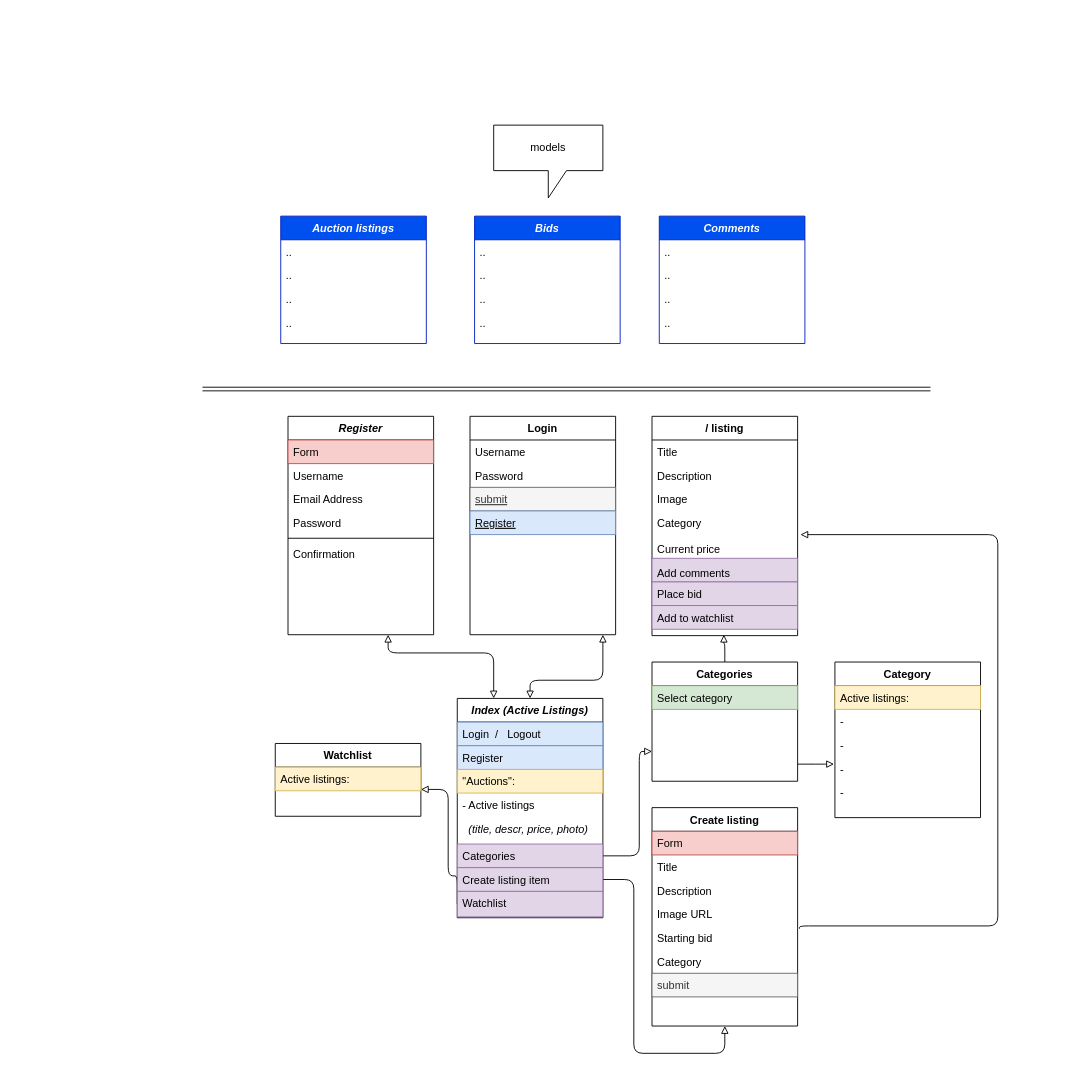
Lisannevdboomen/Commerce keeps this draw.io diagram as page "Views" (1 of 2) of Untitled Diagram.drawio. Above is the earlier version. Source tidied: cells renumbered, new cells numbered last; positions are measured from the earlier drawing's top-left corner, leaving out a move shared by most shapes. Both pictures are drawn from the tidied source at 91%, with x=0, y=0 at pixel (202, 125).
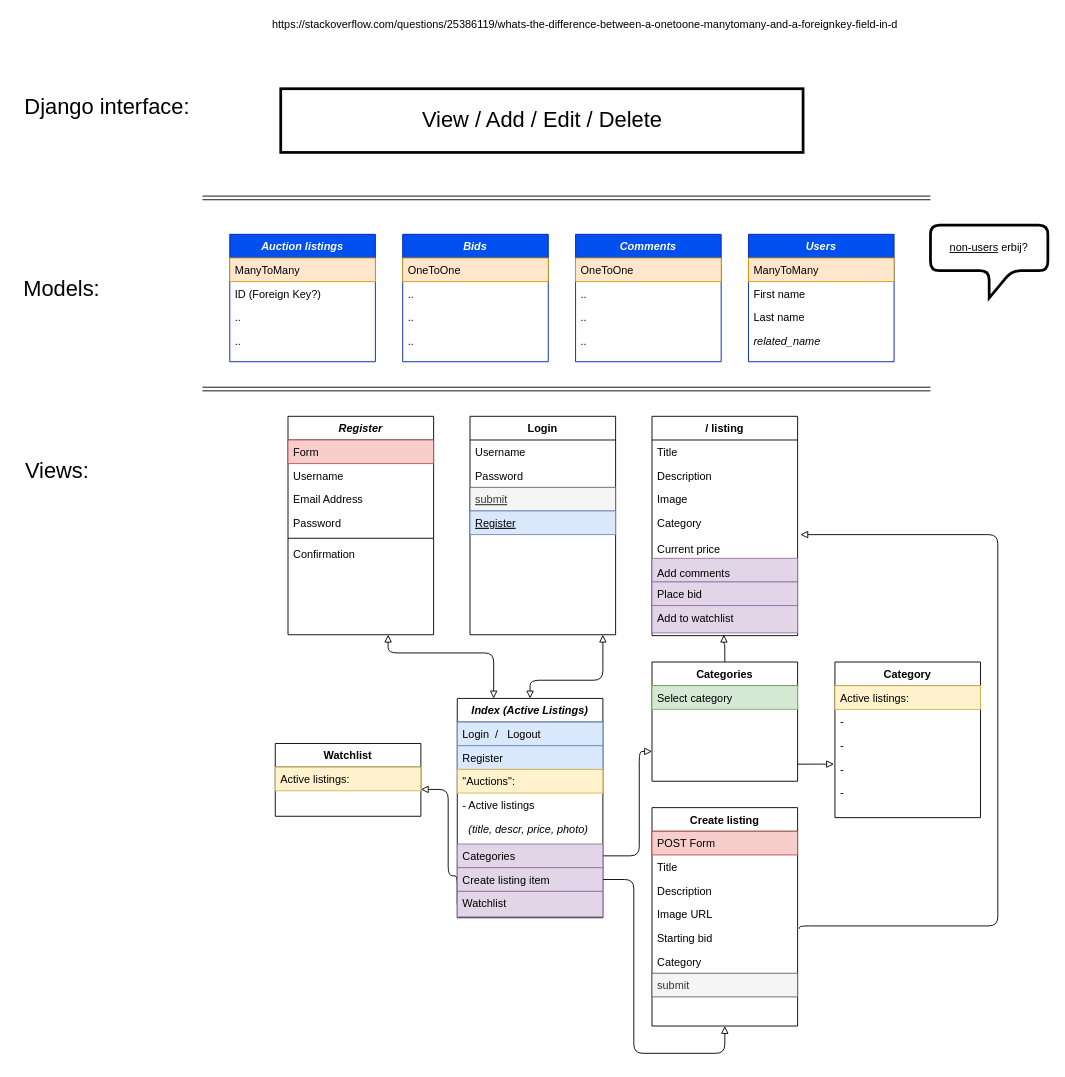
Above is the later version.

Unchanged cells that the change refers to:
```xml
<mxCell id="22" value="/ listing" style="swimlane;fontStyle=1;align=center;verticalAlign=top;horizontal=1;startSize=26;rounded=0;shadow=0;strokeWidth=1;" parent="1" vertex="1">
  <mxGeometry x="494" y="320" width="160" height="241" as="geometry" />
</mxCell>
<mxCell id="35" value="Create listing" style="swimlane;fontStyle=1;align=center;verticalAlign=top;horizontal=1;startSize=26;rounded=0;shadow=0;strokeWidth=1;" parent="1" vertex="1">
  <mxGeometry x="494" y="750" width="160" height="240" as="geometry" />
</mxCell>
```

What changed in the source:
```diff
@@
+    <mxCell id="74" style="shape=link;html=1;startArrow=none;startFill=0;endArrow=none;endFill=0;" parent="1" edge="1">
+      <mxGeometry relative="1" as="geometry">
+        <mxPoint y="290" as="sourcePoint" />
+        <mxPoint x="800" y="290" as="targetPoint" />
+      </mxGeometry>
+    </mxCell>
@@
     <mxCell id="30" value="Add to watchlist" style="text;align=left;verticalAlign=top;spacingLeft=4;spacingRight=4;overflow=hidden;fillColor=#e1d5e7;strokeColor=#9673a6;" parent="22" vertex="1">
-      <mxGeometry y="208" width="160" height="26" as="geometry" />
+      <mxGeometry y="208" width="160" height="30" as="geometry" />
     </mxCell>
@@
-    <mxCell id="36" value="Form" style="text;align=left;verticalAlign=top;spacingLeft=4;spacingRight=4;overflow=hidden;fillColor=#f8cecc;strokeColor=#b85450;" parent="35" vertex="1">
+    <mxCell id="36" value="POST Form" style="text;align=left;verticalAlign=top;spacingLeft=4;spacingRight=4;overflow=hidden;fillColor=#f8cecc;strokeColor=#b85450;" parent="35" vertex="1">
       <mxGeometry y="26" width="160" height="26" as="geometry" />
     </mxCell>
@@
+    <mxCell id="75" style="shape=link;html=1;startArrow=none;startFill=0;endArrow=none;endFill=0;" parent="1" edge="1">
+      <mxGeometry relative="1" as="geometry">
+        <mxPoint y="80" as="sourcePoint" />
+        <mxPoint x="800" y="80" as="targetPoint" />
+      </mxGeometry>
+    </mxCell>
+    <mxCell id="76" style="rounded=0;whiteSpace=wrap;html=1;shadow=0;sketch=0;strokeWidth=3;" parent="1" vertex="1">
+      <mxGeometry x="86" y="-40" width="574" height="70" as="geometry" />
+    </mxCell>
+    <mxCell id="77" value="&lt;font style=&quot;font-size: 24px&quot;&gt;Django interface:&lt;/font&gt;" style="text;html=1;align=center;verticalAlign=middle;fillColor=none;strokeColor=none;rounded=0;shadow=0;sketch=0;" parent="1" vertex="1">
+      <mxGeometry x="-205" y="-30" width="200" height="20" as="geometry" />
+    </mxCell>
+    <mxCell id="78" value="&lt;font style=&quot;font-size: 24px&quot;&gt;Models:&lt;/font&gt;" style="text;html=1;align=center;verticalAlign=middle;fillColor=none;strokeColor=none;rounded=0;shadow=0;sketch=0;" parent="1" vertex="1">
+      <mxGeometry x="-205" y="170" width="100" height="20" as="geometry" />
+    </mxCell>
+    <mxCell id="79" value="&lt;font style=&quot;font-size: 24px&quot;&gt;Views:&lt;/font&gt;" style="text;html=1;align=center;verticalAlign=middle;fillColor=none;strokeColor=none;rounded=0;shadow=0;sketch=0;" parent="1" vertex="1">
+      <mxGeometry x="-205" y="370" width="90" height="20" as="geometry" />
+    </mxCell>
+    <mxCell id="80" value="&lt;font style=&quot;font-size: 24px&quot;&gt;View / Add / Edit / Delete&lt;/font&gt;" style="text;html=1;align=center;verticalAlign=middle;fillColor=none;strokeColor=none;rounded=0;shadow=0;sketch=0;" parent="1" vertex="1">
+      <mxGeometry x="233" y="-15" width="280" height="20" as="geometry" />
+    </mxCell>
+    <mxCell id="81" value="&lt;u&gt;non-users&lt;/u&gt;&amp;nbsp;erbij?" style="shape=callout;whiteSpace=wrap;html=1;perimeter=calloutPerimeter;rounded=1;shadow=0;sketch=0;strokeWidth=3;base=25;" parent="1" vertex="1">
+      <mxGeometry x="800" y="110" width="129" height="80" as="geometry" />
+    </mxCell>
     <mxCell id="58" value="Auction listings" style="swimlane;fontStyle=3;align=center;verticalAlign=top;horizontal=1;startSize=26;rounded=0;shadow=0;strokeWidth=1;fillColor=#0050ef;strokeColor=#001DBC;fontColor=#ffffff;" parent="1" vertex="1">
-      <mxGeometry x="86" y="100" width="160" height="140" as="geometry" />
+      <mxGeometry x="30" y="120" width="160" height="140" as="geometry" />
     </mxCell>
+    <mxCell id="82" value="ManyToMany" style="text;align=left;verticalAlign=top;spacingLeft=4;spacingRight=4;overflow=hidden;fillColor=#ffe6cc;strokeColor=#d79b00;" parent="58" vertex="1">
+      <mxGeometry y="26" width="160" height="26" as="geometry" />
+    </mxCell>
-    <mxCell id="59" value=".." style="text;align=left;verticalAlign=top;spacingLeft=4;spacingRight=4;overflow=hidden;" parent="58" vertex="1">
-      <mxGeometry y="26" width="160" height="26" as="geometry" />
+    <mxCell id="59" value="ID (Foreign Key?)" style="text;align=left;verticalAlign=top;spacingLeft=4;spacingRight=4;overflow=hidden;" parent="58" vertex="1">
+      <mxGeometry y="52" width="160" height="26" as="geometry" />
     </mxCell>
     <mxCell id="60" value=".." style="text;align=left;verticalAlign=top;spacingLeft=4;spacingRight=4;overflow=hidden;rounded=0;shadow=0;html=0;" parent="58" vertex="1">
-      <mxGeometry y="52" width="160" height="26" as="geometry" />
+      <mxGeometry y="78" width="160" height="26" as="geometry" />
     </mxCell>
     <mxCell id="61" value=".." style="text;align=left;verticalAlign=top;spacingLeft=4;spacingRight=4;overflow=hidden;rounded=0;shadow=0;html=0;" parent="58" vertex="1">
-      <mxGeometry y="78" width="160" height="26" as="geometry" />
+      <mxGeometry y="104" width="160" height="26" as="geometry" />
     </mxCell>
-    <mxCell id="62" value=".." style="text;align=left;verticalAlign=top;spacingLeft=4;spacingRight=4;overflow=hidden;" parent="58" vertex="1">
-      <mxGeometry y="104" width="160" height="26" as="geometry" />
-    </mxCell>
     <mxCell id="63" value="Bids" style="swimlane;fontStyle=3;align=center;verticalAlign=top;horizontal=1;startSize=26;rounded=0;shadow=0;strokeWidth=1;fillColor=#0050ef;strokeColor=#001DBC;fontColor=#ffffff;" parent="1" vertex="1">
-      <mxGeometry x="299" y="100" width="160" height="140" as="geometry" />
+      <mxGeometry x="220" y="120" width="160" height="140" as="geometry" />
     </mxCell>
+    <mxCell id="83" value="OneToOne&#10;" style="text;align=left;verticalAlign=top;spacingLeft=4;spacingRight=4;overflow=hidden;fillColor=#ffe6cc;strokeColor=#d79b00;" parent="63" vertex="1">
+      <mxGeometry y="26" width="160" height="26" as="geometry" />
+    </mxCell>
     <mxCell id="64" value=".." style="text;align=left;verticalAlign=top;spacingLeft=4;spacingRight=4;overflow=hidden;" parent="63" vertex="1">
-      <mxGeometry y="26" width="160" height="26" as="geometry" />
+      <mxGeometry y="52" width="160" height="26" as="geometry" />
     </mxCell>
     <mxCell id="65" value=".." style="text;align=left;verticalAlign=top;spacingLeft=4;spacingRight=4;overflow=hidden;rounded=0;shadow=0;html=0;" parent="63" vertex="1">
-      <mxGeometry y="52" width="160" height="26" as="geometry" />
+      <mxGeometry y="78" width="160" height="26" as="geometry" />
     </mxCell>
     <mxCell id="66" value=".." style="text;align=left;verticalAlign=top;spacingLeft=4;spacingRight=4;overflow=hidden;rounded=0;shadow=0;html=0;" parent="63" vertex="1">
-      <mxGeometry y="78" width="160" height="26" as="geometry" />
+      <mxGeometry y="104" width="160" height="26" as="geometry" />
     </mxCell>
-    <mxCell id="67" value=".." style="text;align=left;verticalAlign=top;spacingLeft=4;spacingRight=4;overflow=hidden;" parent="63" vertex="1">
-      <mxGeometry y="104" width="160" height="26" as="geometry" />
-    </mxCell>
     <mxCell id="68" value="Comments" style="swimlane;fontStyle=3;align=center;verticalAlign=top;horizontal=1;startSize=26;rounded=0;shadow=0;strokeWidth=1;fillColor=#0050ef;strokeColor=#001DBC;fontColor=#ffffff;" parent="1" vertex="1">
-      <mxGeometry x="502" y="100" width="160" height="140" as="geometry" />
+      <mxGeometry x="410" y="120" width="160" height="140" as="geometry" />
     </mxCell>
+    <mxCell id="84" value="OneToOne" style="text;align=left;verticalAlign=top;spacingLeft=4;spacingRight=4;overflow=hidden;fillColor=#ffe6cc;strokeColor=#d79b00;" parent="68" vertex="1">
+      <mxGeometry y="26" width="160" height="26" as="geometry" />
+    </mxCell>
     <mxCell id="69" value=".." style="text;align=left;verticalAlign=top;spacingLeft=4;spacingRight=4;overflow=hidden;" parent="68" vertex="1">
-      <mxGeometry y="26" width="160" height="26" as="geometry" />
+      <mxGeometry y="52" width="160" height="26" as="geometry" />
     </mxCell>
     <mxCell id="70" value=".." style="text;align=left;verticalAlign=top;spacingLeft=4;spacingRight=4;overflow=hidden;rounded=0;shadow=0;html=0;" parent="68" vertex="1">
-      <mxGeometry y="52" width="160" height="26" as="geometry" />
+      <mxGeometry y="78" width="160" height="26" as="geometry" />
     </mxCell>
     <mxCell id="71" value=".." style="text;align=left;verticalAlign=top;spacingLeft=4;spacingRight=4;overflow=hidden;rounded=0;shadow=0;html=0;" parent="68" vertex="1">
-      <mxGeometry y="78" width="160" height="26" as="geometry" />
+      <mxGeometry y="104" width="160" height="26" as="geometry" />
     </mxCell>
-    <mxCell id="72" value=".." style="text;align=left;verticalAlign=top;spacingLeft=4;spacingRight=4;overflow=hidden;" parent="68" vertex="1">
-      <mxGeometry y="104" width="160" height="26" as="geometry" />
-    </mxCell>
-    <mxCell id="73" value="models" style="shape=callout;whiteSpace=wrap;html=1;perimeter=calloutPerimeter;rounded=0;sketch=0;" parent="1" vertex="1">
-      <mxGeometry x="320" width="120" height="80" as="geometry" />
-    </mxCell>
-    <mxCell id="74" style="shape=link;html=1;startArrow=none;startFill=0;endArrow=none;endFill=0;" parent="1" edge="1">
-      <mxGeometry relative="1" as="geometry">
-        <mxPoint y="290" as="sourcePoint" />
-        <mxPoint x="800" y="290" as="targetPoint" />
-      </mxGeometry>
-    </mxCell>
+    <mxCell id="85" value="Users" style="swimlane;fontStyle=3;align=center;verticalAlign=top;horizontal=1;startSize=26;rounded=0;shadow=0;strokeWidth=1;fillColor=#0050ef;strokeColor=#001DBC;fontColor=#ffffff;" parent="1" vertex="1">
+      <mxGeometry x="600" y="120" width="160" height="140" as="geometry" />
+    </mxCell>
+    <mxCell id="86" value="ManyToMany" style="text;align=left;verticalAlign=top;spacingLeft=4;spacingRight=4;overflow=hidden;fillColor=#ffe6cc;strokeColor=#d79b00;" parent="85" vertex="1">
+      <mxGeometry y="26" width="160" height="26" as="geometry" />
+    </mxCell>
+    <mxCell id="87" value="First name" style="text;align=left;verticalAlign=top;spacingLeft=4;spacingRight=4;overflow=hidden;rounded=0;shadow=0;html=0;" parent="85" vertex="1">
+      <mxGeometry y="52" width="160" height="26" as="geometry" />
+    </mxCell>
+    <mxCell id="88" value="Last name" style="text;align=left;verticalAlign=top;spacingLeft=4;spacingRight=4;overflow=hidden;rounded=0;shadow=0;html=0;" parent="85" vertex="1">
+      <mxGeometry y="78" width="160" height="26" as="geometry" />
+    </mxCell>
+    <mxCell id="89" value="related_name" style="text;align=left;verticalAlign=top;spacingLeft=4;spacingRight=4;overflow=hidden;fontStyle=2;" parent="85" vertex="1">
+      <mxGeometry y="104" width="160" height="26" as="geometry" />
+    </mxCell>
+    <mxCell id="90" value="https://stackoverflow.com/questions/25386119/whats-the-difference-between-a-onetoone-manytomany-and-a-foreignkey-field-in-d" style="text;html=1;align=center;verticalAlign=middle;fillColor=none;strokeColor=none;rounded=0;shadow=0;sketch=0;" parent="1" vertex="1">
+      <mxGeometry x="70" y="-120" width="700" height="20" as="geometry" />
+    </mxCell>
```
